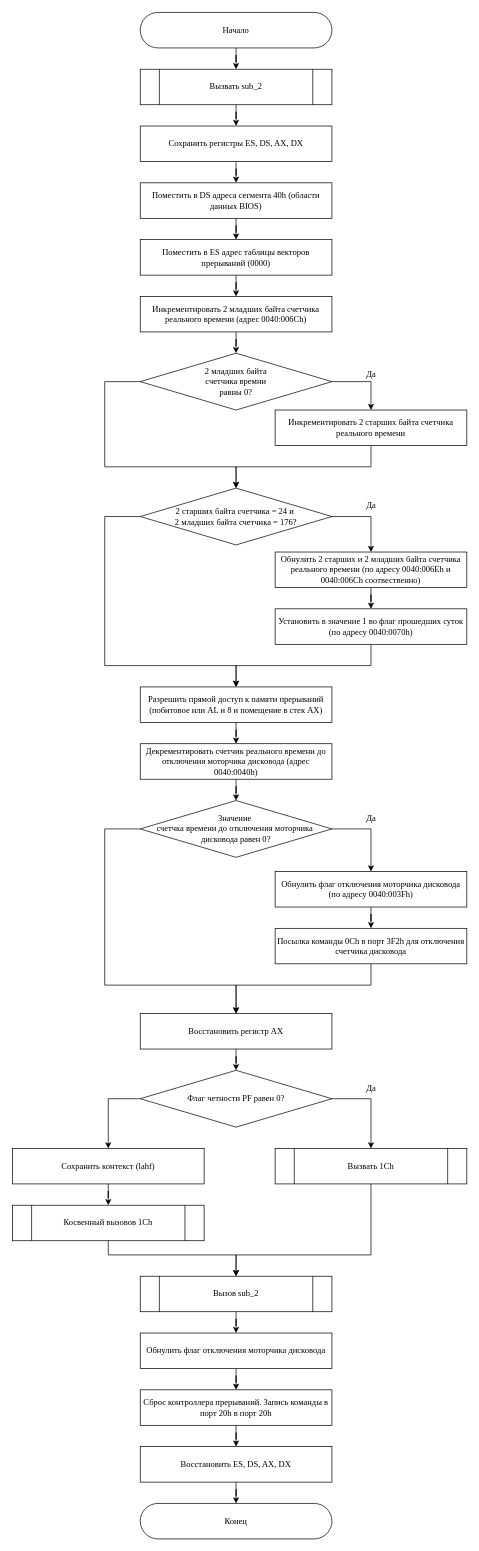
xanderkov/ics7-os keeps this draw.io diagram as lab-01/INT8.drawio. Above is the earlier version. Source tidied: cells renumbered, new cells numbered last; positions are measured from the earlier drawing's top-left corner, leaving out a move shared by most shapes. Both pictures are drawn from the tidied source at 71%, with x=0, y=0 at pixel (12, 12).
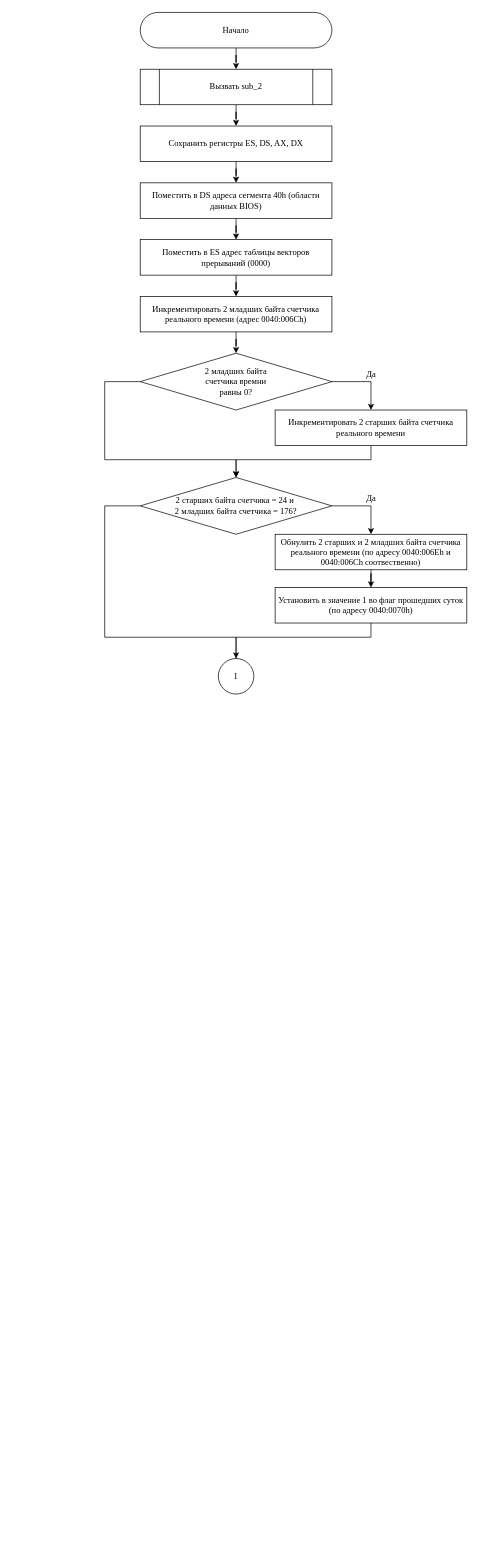
The same page after the edit.

Unchanged cells that the change refers to:
```xml
<mxCell id="16" value="&lt;div&gt;2 младших байта&lt;/div&gt;&lt;div&gt; счетчика времни &lt;br&gt;&lt;/div&gt;&lt;div&gt;равны 0?&lt;/div&gt;" style="rhombus;whiteSpace=wrap;html=1;fontFamily=Garamond;" parent="1" vertex="1">
  <mxGeometry x="180" y="480" width="270" height="80" as="geometry" />
</mxCell>
<mxCell id="18" value="Инкрементировать 2 старших байта счетчика реального времени" style="rounded=1;whiteSpace=wrap;html=1;fontFamily=Times New Roman;arcSize=0;" parent="1" vertex="1">
  <mxGeometry x="370" y="560" width="270" height="50" as="geometry" />
</mxCell>
```

The edit, as a diff of the source:
```diff
@@
     <mxCell id="15" style="edgeStyle=orthogonalEdgeStyle;rounded=0;jettySize=auto;html=1;entryX=0.5;entryY=0;entryDx=0;entryDy=0;fontFamily=Times New Roman;" parent="1" edge="1" source="16" target="22">
       <mxGeometry relative="1" as="geometry">
         <Array as="points">
           <mxPoint x="130" y="520" />
-          <mxPoint x="130" y="640" />
-          <mxPoint x="315" y="640" />
+          <mxPoint x="130" y="630" />
+          <mxPoint x="315" y="630" />
         </Array>
       </mxGeometry>
     </mxCell>
@@
     <mxCell id="17" style="edgeStyle=orthogonalEdgeStyle;rounded=0;jettySize=auto;html=1;entryX=0.5;entryY=0;entryDx=0;entryDy=0;fontFamily=Times New Roman;" parent="1" edge="1" source="18" target="22">
       <mxGeometry relative="1" as="geometry">
         <Array as="points">
-          <mxPoint x="505" y="640" />
-          <mxPoint x="315" y="640" />
+          <mxPoint x="505" y="630" />
+          <mxPoint x="315" y="630" />
         </Array>
       </mxGeometry>
     </mxCell>
@@
     <mxCell id="20" style="edgeStyle=orthogonalEdgeStyle;rounded=0;jettySize=auto;html=1;entryX=0.5;entryY=0;entryDx=0;entryDy=0;fontFamily=Times New Roman;" parent="1" edge="1" source="22" target="28">
       <mxGeometry relative="1" as="geometry">
         <Array as="points">
-          <mxPoint x="505" y="710" />
+          <mxPoint x="505" y="695" />
         </Array>
       </mxGeometry>
     </mxCell>
-    <mxCell id="21" style="edgeStyle=orthogonalEdgeStyle;rounded=0;jettySize=auto;html=1;entryX=0.5;entryY=0;entryDx=0;entryDy=0;fontFamily=Times New Roman;" parent="1" edge="1" source="22" target="24">
+    <mxCell id="21" style="edgeStyle=orthogonalEdgeStyle;rounded=0;jettySize=auto;html=1;entryX=0.5;entryY=0;entryDx=0;entryDy=0;fontFamily=Times New Roman;" parent="1" edge="1" source="22">
       <mxGeometry relative="1" as="geometry">
+        <mxPoint x="315" y="950" as="targetPoint" />
         <Array as="points">
-          <mxPoint x="130" y="710" />
-          <mxPoint x="130" y="920" />
-          <mxPoint x="315" y="920" />
+          <mxPoint x="130" y="695" />
+          <mxPoint x="130" y="880" />
+          <mxPoint x="315" y="880" />
         </Array>
       </mxGeometry>
     </mxCell>
     <mxCell id="22" value="&lt;div&gt;2 cтарших байта счетчика = 24 и&amp;nbsp;&lt;/div&gt;&lt;div&gt;2 младших байта счетчика = 176?&lt;/div&gt;" style="rhombus;whiteSpace=wrap;html=1;fontFamily=Garamond;" parent="1" vertex="1">
-      <mxGeometry x="180" y="670" width="270" height="80" as="geometry" />
+      <mxGeometry x="180" y="655" width="270" height="80" as="geometry" />
     </mxCell>
-    <mxCell id="23" style="edgeStyle=orthogonalEdgeStyle;rounded=0;jettySize=auto;html=1;entryX=0.5;entryY=0;entryDx=0;entryDy=0;fontFamily=Times New Roman;" parent="1" edge="1" source="24" target="26">
-      <mxGeometry relative="1" as="geometry" />
-    </mxCell>
-    <mxCell id="24" value="Разрешить прямой доступ к памяти прерываний (побитовое или AL и 8 и помещение в стек AX)" style="rounded=1;whiteSpace=wrap;html=1;fontFamily=Times New Roman;arcSize=0;" parent="1" vertex="1">
-      <mxGeometry x="180" y="950" width="270" height="50" as="geometry" />
-    </mxCell>
-    <mxCell id="25" style="edgeStyle=orthogonalEdgeStyle;rounded=0;jettySize=auto;html=1;fontFamily=Times New Roman;" parent="1" edge="1" source="26" target="34">
-      <mxGeometry relative="1" as="geometry" />
-    </mxCell>
-    <mxCell id="26" value="Декрементировать счетчик реального времени до отключения моторчика дисковода (адрес 0040:0040h)" style="rounded=1;whiteSpace=wrap;html=1;fontFamily=Times New Roman;arcSize=0;" parent="1" vertex="1">
-      <mxGeometry x="180" y="1030" width="270" height="50" as="geometry" />
-    </mxCell>
@@
     <mxCell id="28" value="Обнулить 2 старших и 2 младших байта счетчика реального времени (по адресу 0040:006Eh и 0040:006Ch соотвественно)" style="rounded=1;whiteSpace=wrap;html=1;fontFamily=Times New Roman;arcSize=0;" parent="1" vertex="1">
-      <mxGeometry x="370" y="760" width="270" height="50" as="geometry" />
+      <mxGeometry x="370" y="735" width="270" height="50" as="geometry" />
     </mxCell>
-    <mxCell id="29" style="edgeStyle=orthogonalEdgeStyle;rounded=0;jettySize=auto;html=1;entryX=0.5;entryY=0;entryDx=0;entryDy=0;fontFamily=Times New Roman;" parent="1" edge="1" source="30" target="24">
-      <mxGeometry relative="1" as="geometry" />
+    <mxCell id="29" style="edgeStyle=orthogonalEdgeStyle;rounded=0;jettySize=auto;html=1;entryX=0.5;entryY=0;entryDx=0;entryDy=0;fontFamily=Times New Roman;" parent="1" edge="1" source="30" target="61">
+      <mxGeometry relative="1" as="geometry">
+        <Array as="points">
+          <mxPoint x="505" y="880" />
+          <mxPoint x="315" y="880" />
+        </Array>
+      </mxGeometry>
     </mxCell>
     <mxCell id="30" value="Установить в значение 1 во флаг прошедших суток (по адресу 0040:0070h)" style="rounded=1;whiteSpace=wrap;html=1;fontFamily=Times New Roman;arcSize=0;" parent="1" vertex="1">
-      <mxGeometry x="370" y="840" width="270" height="50" as="geometry" />
+      <mxGeometry x="370" y="810" width="270" height="50" as="geometry" />
     </mxCell>
     <mxCell id="31" value="Да" style="text;html=1;align=center;verticalAlign=middle;strokeColor=none;fillColor=none;fontFamily=Times New Roman;" parent="1" vertex="1">
-      <mxGeometry x="485" y="680" width="40" height="30" as="geometry" />
+      <mxGeometry x="485" y="670" width="40" height="30" as="geometry" />
     </mxCell>
-    <mxCell id="32" style="edgeStyle=orthogonalEdgeStyle;rounded=0;jettySize=auto;html=1;entryX=0.5;entryY=0;entryDx=0;entryDy=0;fontFamily=Times New Roman;" parent="1" edge="1" source="34" target="36">
-      <mxGeometry relative="1" as="geometry">
-        <Array as="points">
-          <mxPoint x="505" y="1150" />
-        </Array>
-      </mxGeometry>
-    </mxCell>
-    <mxCell id="33" style="edgeStyle=orthogonalEdgeStyle;rounded=0;jettySize=auto;html=1;entryX=0.5;entryY=0;entryDx=0;entryDy=0;fontFamily=Times New Roman;" parent="1" edge="1" source="34" target="41">
-      <mxGeometry relative="1" as="geometry">
-        <Array as="points">
-          <mxPoint x="130" y="1150" />
-          <mxPoint x="130" y="1370" />
-          <mxPoint x="315" y="1370" />
-        </Array>
-      </mxGeometry>
-    </mxCell>
-    <mxCell id="34" value="&lt;div&gt;Значение&amp;nbsp;&lt;/div&gt;&lt;div&gt;счетчка времени&amp;nbsp;&lt;span style=&quot;background-color: initial;&quot;&gt;до отключения&amp;nbsp;&lt;/span&gt;&lt;span style=&quot;background-color: initial;&quot;&gt;моторчика&amp;nbsp;&lt;/span&gt;&lt;/div&gt;&lt;div&gt;&lt;span style=&quot;background-color: initial;&quot;&gt;дисковода равен 0?&lt;/span&gt;&lt;/div&gt;" style="rhombus;whiteSpace=wrap;html=1;fontFamily=Garamond;" parent="1" vertex="1">
-      <mxGeometry x="180" y="1110" width="270" height="80" as="geometry" />
-    </mxCell>
-    <mxCell id="35" style="edgeStyle=orthogonalEdgeStyle;rounded=0;jettySize=auto;html=1;entryX=0.5;entryY=0;entryDx=0;entryDy=0;fontFamily=Times New Roman;" parent="1" edge="1" source="36" target="39">
-      <mxGeometry relative="1" as="geometry" />
-    </mxCell>
-    <mxCell id="36" value="Обнулить флаг отключения моторчика дисковода (по адресу 0040:003Fh)" style="rounded=1;whiteSpace=wrap;html=1;fontFamily=Times New Roman;arcSize=0;" parent="1" vertex="1">
-      <mxGeometry x="370" y="1210" width="270" height="50" as="geometry" />
-    </mxCell>
-    <mxCell id="37" value="Да" style="text;html=1;align=center;verticalAlign=middle;strokeColor=none;fillColor=none;fontFamily=Times New Roman;" parent="1" vertex="1">
-      <mxGeometry x="485" y="1120" width="40" height="30" as="geometry" />
-    </mxCell>
-    <mxCell id="38" style="edgeStyle=orthogonalEdgeStyle;rounded=0;jettySize=auto;html=1;entryX=0.5;entryY=0;entryDx=0;entryDy=0;fontFamily=Times New Roman;" parent="1" edge="1" source="39" target="41">
-      <mxGeometry relative="1" as="geometry">
-        <Array as="points">
-          <mxPoint x="505" y="1370" />
-          <mxPoint x="315" y="1370" />
-        </Array>
-      </mxGeometry>
-    </mxCell>
-    <mxCell id="39" value="Посылка команды 0Ch в порт 3F2h для отключения счетчика дисковода" style="rounded=1;whiteSpace=wrap;html=1;fontFamily=Times New Roman;arcSize=0;" parent="1" vertex="1">
-      <mxGeometry x="370" y="1290" width="270" height="50" as="geometry" />
-    </mxCell>
-    <mxCell id="40" style="edgeStyle=orthogonalEdgeStyle;rounded=0;jettySize=auto;html=1;entryX=0.5;entryY=0;entryDx=0;entryDy=0;fontFamily=Times New Roman;" parent="1" edge="1" source="41" target="44">
-      <mxGeometry relative="1" as="geometry" />
-    </mxCell>
-    <mxCell id="41" value="Восстановить регистр AX" style="rounded=1;whiteSpace=wrap;html=1;fontFamily=Times New Roman;arcSize=0;" parent="1" vertex="1">
-      <mxGeometry x="180" y="1410" width="270" height="50" as="geometry" />
-    </mxCell>
-    <mxCell id="42" style="edgeStyle=orthogonalEdgeStyle;rounded=0;jettySize=auto;html=1;entryX=0.5;entryY=0;entryDx=0;entryDy=0;fontFamily=Times New Roman;" parent="1" edge="1" source="44" target="46">
-      <mxGeometry relative="1" as="geometry">
-        <Array as="points">
-          <mxPoint x="505" y="1530" />
-        </Array>
-      </mxGeometry>
-    </mxCell>
-    <mxCell id="43" style="edgeStyle=orthogonalEdgeStyle;rounded=0;jettySize=auto;html=1;fontFamily=Times New Roman;entryX=0.5;entryY=0;entryDx=0;entryDy=0;" parent="1" edge="1" source="44" target="49">
-      <mxGeometry relative="1" as="geometry">
-        <Array as="points">
-          <mxPoint x="135" y="1530" />
-        </Array>
-      </mxGeometry>
-    </mxCell>
-    <mxCell id="44" value="&lt;div&gt;Флаг четности PF равен 0?&lt;/div&gt;" style="rhombus;whiteSpace=wrap;html=1;fontFamily=Garamond;" parent="1" vertex="1">
-      <mxGeometry x="180" y="1490" width="270" height="80" as="geometry" />
-    </mxCell>
-    <mxCell id="45" style="edgeStyle=orthogonalEdgeStyle;rounded=0;jettySize=auto;html=1;entryX=0.5;entryY=0;entryDx=0;entryDy=0;" parent="1" edge="1" source="46" target="53">
-      <mxGeometry relative="1" as="geometry">
-        <Array as="points">
-          <mxPoint x="505" y="1750" />
-          <mxPoint x="315" y="1750" />
-        </Array>
-      </mxGeometry>
-    </mxCell>
-    <mxCell id="46" value="Вызвать 1Ch" style="shape=process;whiteSpace=wrap;html=1;backgroundOutline=1;rounded=1;arcSize=0;fontFamily=Garamond;" parent="1" vertex="1">
-      <mxGeometry x="370" y="1600" width="270" height="50" as="geometry" />
-    </mxCell>
-    <mxCell id="47" value="Да" style="text;html=1;align=center;verticalAlign=middle;strokeColor=none;fillColor=none;fontFamily=Times New Roman;" parent="1" vertex="1">
-      <mxGeometry x="485" y="1500" width="40" height="30" as="geometry" />
-    </mxCell>
-    <mxCell id="48" style="edgeStyle=orthogonalEdgeStyle;rounded=0;jettySize=auto;html=1;" parent="1" edge="1" source="49" target="51">
-      <mxGeometry relative="1" as="geometry" />
-    </mxCell>
-    <mxCell id="49" value="Сохранить контекст (lahf)" style="rounded=1;whiteSpace=wrap;html=1;fontFamily=Times New Roman;arcSize=0;" parent="1" vertex="1">
-      <mxGeometry y="1600" width="270" height="50" as="geometry" />
-    </mxCell>
-    <mxCell id="50" style="edgeStyle=orthogonalEdgeStyle;rounded=0;jettySize=auto;html=1;entryX=0.5;entryY=0;entryDx=0;entryDy=0;" parent="1" edge="1" source="51" target="53">
-      <mxGeometry relative="1" as="geometry">
-        <Array as="points">
-          <mxPoint x="135" y="1750" />
-          <mxPoint x="315" y="1750" />
-        </Array>
-      </mxGeometry>
-    </mxCell>
-    <mxCell id="51" value="Косвенный вызовов 1Ch" style="shape=process;whiteSpace=wrap;html=1;backgroundOutline=1;rounded=1;arcSize=0;fontFamily=Garamond;" parent="1" vertex="1">
-      <mxGeometry y="1680" width="270" height="50" as="geometry" />
-    </mxCell>
-    <mxCell id="52" style="edgeStyle=orthogonalEdgeStyle;rounded=0;jettySize=auto;html=1;" parent="1" edge="1" source="53" target="55">
-      <mxGeometry relative="1" as="geometry" />
-    </mxCell>
-    <mxCell id="53" value="Вызов sub_2" style="shape=process;whiteSpace=wrap;html=1;backgroundOutline=1;rounded=1;arcSize=0;fontFamily=Garamond;" parent="1" vertex="1">
-      <mxGeometry x="180" y="1780" width="270" height="50" as="geometry" />
-    </mxCell>
-    <mxCell id="54" style="edgeStyle=orthogonalEdgeStyle;rounded=0;jettySize=auto;html=1;entryX=0.5;entryY=0;entryDx=0;entryDy=0;" parent="1" edge="1" source="55" target="57">
-      <mxGeometry relative="1" as="geometry" />
-    </mxCell>
-    <mxCell id="55" value="Обнулить флаг отключения моторчика дисковода" style="rounded=1;whiteSpace=wrap;html=1;fontFamily=Times New Roman;arcSize=0;" parent="1" vertex="1">
-      <mxGeometry x="180" y="1860" width="270" height="50" as="geometry" />
-    </mxCell>
-    <mxCell id="56" style="edgeStyle=orthogonalEdgeStyle;rounded=0;jettySize=auto;html=1;entryX=0.5;entryY=0;entryDx=0;entryDy=0;" parent="1" edge="1" source="57" target="59">
-      <mxGeometry relative="1" as="geometry" />
-    </mxCell>
-    <mxCell id="57" value="Сброс контроллера прерываний. Запись команды в порт 20h в порт 20h" style="rounded=1;whiteSpace=wrap;html=1;fontFamily=Times New Roman;arcSize=0;" parent="1" vertex="1">
-      <mxGeometry x="180" y="1940" width="270" height="50" as="geometry" />
-    </mxCell>
-    <mxCell id="58" style="edgeStyle=orthogonalEdgeStyle;rounded=0;jettySize=auto;html=1;" parent="1" edge="1" source="59" target="60">
-      <mxGeometry relative="1" as="geometry" />
-    </mxCell>
-    <mxCell id="59" value="Восстановить ES, DS, AX, DX" style="rounded=1;whiteSpace=wrap;html=1;fontFamily=Times New Roman;arcSize=0;" parent="1" vertex="1">
-      <mxGeometry x="180" y="2020" width="270" height="50" as="geometry" />
-    </mxCell>
-    <mxCell id="60" value="Конец" style="rounded=1;whiteSpace=wrap;html=1;arcSize=50;fontFamily=Times New Roman;" parent="1" vertex="1">
-      <mxGeometry x="180" y="2100" width="270" height="50" as="geometry" />
-    </mxCell>
+    <mxCell id="61" value="1" style="ellipse;whiteSpace=wrap;html=1;fontFamily=Garamond;" parent="1" vertex="1">
+      <mxGeometry x="290" y="910" width="50" height="50" as="geometry" />
+    </mxCell>
```
